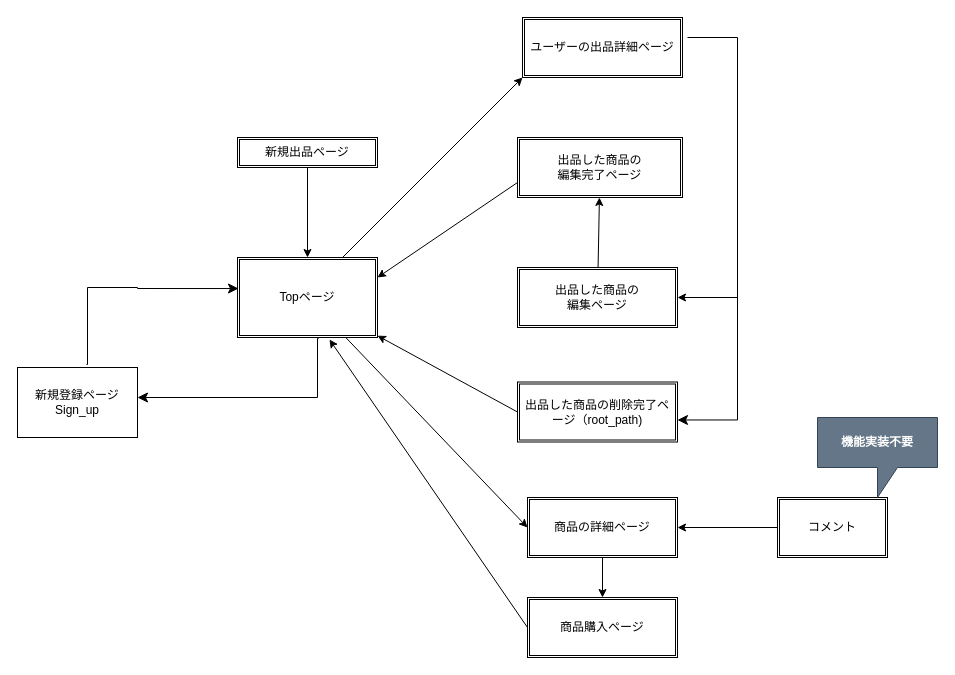
Earlier version of the draw.io diagram 画面遷移図.dio (HaNguyen32/furima-39623). Source tidied: cells renumbered, new cells numbered last; positions are measured from the earlier drawing's top-left corner, leaving out a move shared by most shapes. Both pictures are drawn from the tidied source at 100%, with x=0, y=0 at pixel (17, 17).
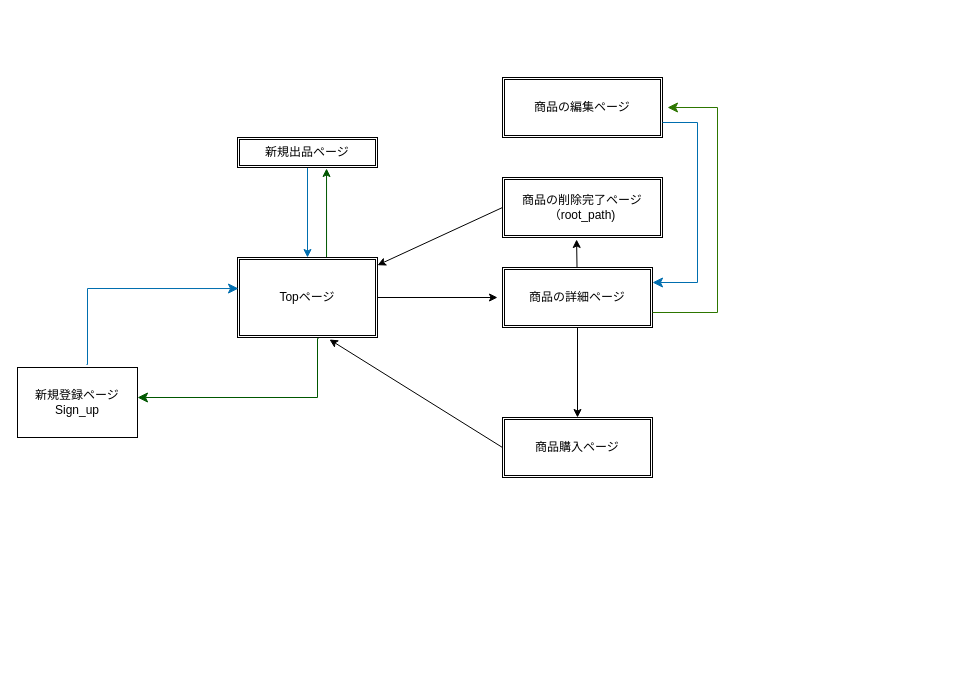
After the change.

The change refers to these unchanged cells:
```xml
<mxCell id="2" value="新規登録ページ&lt;br&gt;Sign_up" style="rounded=0;whiteSpace=wrap;html=1;" parent="1" vertex="1">
  <mxGeometry y="350" width="120" height="70" as="geometry" />
</mxCell>
<mxCell id="5" value="Topページ" style="shape=ext;double=1;rounded=0;whiteSpace=wrap;html=1;" parent="1" vertex="1">
  <mxGeometry x="220" y="240" width="140" height="80" as="geometry" />
</mxCell>
<mxCell id="15" value="新規出品ページ" style="shape=ext;double=1;rounded=0;whiteSpace=wrap;html=1;" parent="1" vertex="1">
  <mxGeometry x="220" y="120" width="140" height="30" as="geometry" />
</mxCell>
```

The edit, as a diff of the source:
```diff
@@
-    <mxCell id="3" style="edgeStyle=none;html=1;exitX=0.75;exitY=0;exitDx=0;exitDy=0;entryX=0;entryY=1;entryDx=0;entryDy=0;" parent="1" edge="1" source="5" target="6">
-      <mxGeometry relative="1" as="geometry" />
-    </mxCell>
-    <mxCell id="4" style="edgeStyle=none;html=1;entryX=0;entryY=0.5;entryDx=0;entryDy=0;" parent="1" edge="1" source="5" target="13">
-      <mxGeometry relative="1" as="geometry" />
+    <mxCell id="4" style="edgeStyle=none;html=1;" parent="1" edge="1" source="5">
+      <mxGeometry relative="1" as="geometry">
+        <mxPoint x="480" y="280" as="targetPoint" />
+      </mxGeometry>
     </mxCell>
+    <mxCell id="26" style="edgeStyle=none;html=1;entryX=0.636;entryY=1.033;entryDx=0;entryDy=0;entryPerimeter=0;exitX=0.636;exitY=0;exitDx=0;exitDy=0;exitPerimeter=0;fillColor=#008a00;strokeColor=#005700;" parent="1" edge="1" source="5" target="15">
+      <mxGeometry relative="1" as="geometry" />
+    </mxCell>
@@
-    <mxCell id="6" value="ユーザーの出品詳細ページ" style="shape=ext;double=1;rounded=0;whiteSpace=wrap;html=1;" parent="1" vertex="1">
-      <mxGeometry x="505" width="160" height="60" as="geometry" />
-    </mxCell>
-    <mxCell id="7" style="edgeStyle=none;html=1;" parent="1" edge="1" source="8" target="10">
-      <mxGeometry relative="1" as="geometry" />
-    </mxCell>
-    <mxCell id="8" value="出品した商品の&lt;br&gt;編集ページ" style="shape=ext;double=1;rounded=0;whiteSpace=wrap;html=1;" parent="1" vertex="1">
-      <mxGeometry x="500" y="250" width="160" height="60" as="geometry" />
+    <mxCell id="8" value="商品の編集ページ" style="shape=ext;double=1;rounded=0;whiteSpace=wrap;html=1;" parent="1" vertex="1">
+      <mxGeometry x="485" y="60" width="160" height="60" as="geometry" />
     </mxCell>
-    <mxCell id="9" style="edgeStyle=none;html=1;exitX=0;exitY=0.75;exitDx=0;exitDy=0;entryX=1;entryY=0.25;entryDx=0;entryDy=0;" parent="1" edge="1" source="10" target="5">
-      <mxGeometry relative="1" as="geometry" />
-    </mxCell>
-    <mxCell id="10" value="出品した商品の&lt;br&gt;編集完了ページ" style="shape=ext;double=1;rounded=0;whiteSpace=wrap;html=1;" parent="1" vertex="1">
-      <mxGeometry x="500" y="120" width="165" height="60" as="geometry" />
-    </mxCell>
@@
-    <mxCell id="12" value="出品した商品の削除完了ページ（root_path)" style="shape=ext;double=1;rounded=0;whiteSpace=wrap;html=1;" parent="1" vertex="1">
-      <mxGeometry x="500" y="364.5" width="160" height="60" as="geometry" />
+    <mxCell id="12" value="商品の削除完了ページ（root_path)" style="shape=ext;double=1;rounded=0;whiteSpace=wrap;html=1;" parent="1" vertex="1">
+      <mxGeometry x="485" y="160" width="160" height="60" as="geometry" />
     </mxCell>
+    <mxCell id="27" style="edgeStyle=none;html=1;entryX=0.463;entryY=1.033;entryDx=0;entryDy=0;entryPerimeter=0;" parent="1" edge="1" source="13" target="12">
+      <mxGeometry relative="1" as="geometry" />
+    </mxCell>
     <mxCell id="13" value="商品の詳細ページ" style="shape=ext;double=1;rounded=0;whiteSpace=wrap;html=1;" parent="1" vertex="1">
-      <mxGeometry x="510" y="480" width="150" height="60" as="geometry" />
+      <mxGeometry x="485" y="250" width="150" height="60" as="geometry" />
     </mxCell>
-    <mxCell id="14" style="edgeStyle=none;html=1;entryX=0.5;entryY=0;entryDx=0;entryDy=0;" parent="1" edge="1" source="15" target="5">
+    <mxCell id="14" style="edgeStyle=none;html=1;entryX=0.5;entryY=0;entryDx=0;entryDy=0;fillColor=#1ba1e2;strokeColor=#006EAF;" parent="1" edge="1" source="15" target="5">
       <mxGeometry relative="1" as="geometry" />
     </mxCell>
@@
-    <mxCell id="16" style="edgeStyle=elbowEdgeStyle;elbow=horizontal;endArrow=classic;html=1;curved=0;rounded=0;endSize=8;startSize=8;entryX=1;entryY=0.633;entryDx=0;entryDy=0;entryPerimeter=0;" parent="1" edge="1" target="12">
+    <mxCell id="16" style="edgeStyle=elbowEdgeStyle;elbow=horizontal;endArrow=classic;html=1;curved=0;rounded=0;endSize=8;startSize=8;exitX=1;exitY=0.75;exitDx=0;exitDy=0;fillColor=#60a917;strokeColor=#2D7600;" parent="1" edge="1" source="13">
       <mxGeometry relative="1" as="geometry">
-        <mxPoint x="670" y="20" as="sourcePoint" />
+        <mxPoint x="650" y="90" as="targetPoint" />
         <Array as="points">
+          <mxPoint x="700" y="100" />
+          <mxPoint x="690" y="90" />
+          <mxPoint x="710" y="120" />
+          <mxPoint x="720" y="190" />
           <mxPoint x="720" y="220" />
           <mxPoint x="700" y="60" />
           <mxPoint x="720" y="290" />
           <mxPoint x="720" y="300" />
         </Array>
       </mxGeometry>
     </mxCell>
-    <mxCell id="17" style="endArrow=classic;html=1;" parent="1" edge="1" target="8">
-      <mxGeometry relative="1" as="geometry">
-        <mxPoint x="720" y="280" as="sourcePoint" />
-      </mxGeometry>
-    </mxCell>
-    <mxCell id="18" style="edgeStyle=none;html=1;entryX=1;entryY=0.5;entryDx=0;entryDy=0;" parent="1" edge="1" source="19" target="13">
-      <mxGeometry relative="1" as="geometry" />
-    </mxCell>
-    <mxCell id="19" value="コメント" style="shape=ext;double=1;rounded=0;whiteSpace=wrap;html=1;" parent="1" vertex="1">
-      <mxGeometry x="760" y="480" width="110" height="60" as="geometry" />
-    </mxCell>
-    <mxCell id="20" style="edgeStyle=segmentEdgeStyle;endArrow=classic;html=1;curved=0;rounded=0;endSize=8;startSize=8;entryX=0.007;entryY=0.388;entryDx=0;entryDy=0;entryPerimeter=0;exitX=0.575;exitY=-0.043;exitDx=0;exitDy=0;exitPerimeter=0;" parent="1" edge="1" source="2" target="5">
+    <mxCell id="20" style="edgeStyle=segmentEdgeStyle;endArrow=classic;html=1;curved=0;rounded=0;endSize=8;startSize=8;entryX=0.007;entryY=0.388;entryDx=0;entryDy=0;entryPerimeter=0;exitX=0.575;exitY=-0.043;exitDx=0;exitDy=0;exitPerimeter=0;fillColor=#1ba1e2;strokeColor=#006EAF;" parent="1" edge="1" source="2" target="5">
       <mxGeometry relative="1" as="geometry">
         <Array as="points">
           <mxPoint x="70" y="347" />
-          <mxPoint x="70" y="270" />
-          <mxPoint x="120" y="270" />
-          <mxPoint x="120" y="271" />
+          <mxPoint x="70" y="271" />
         </Array>
       </mxGeometry>
     </mxCell>
-    <mxCell id="21" style="edgeStyle=segmentEdgeStyle;endArrow=classic;html=1;curved=0;rounded=0;endSize=8;startSize=8;exitX=0.579;exitY=1.013;exitDx=0;exitDy=0;exitPerimeter=0;" parent="1" edge="1" source="5">
+    <mxCell id="21" style="edgeStyle=segmentEdgeStyle;endArrow=classic;html=1;curved=0;rounded=0;endSize=8;startSize=8;exitX=0.579;exitY=1.013;exitDx=0;exitDy=0;exitPerimeter=0;fillColor=#008a00;strokeColor=#005700;" parent="1" edge="1" source="5">
       <mxGeometry relative="1" as="geometry">
         <mxPoint x="120" y="380" as="targetPoint" />
         <Array as="points">
           <mxPoint x="300" y="321" />
           <mxPoint x="300" y="380" />
           <mxPoint x="120" y="380" />
         </Array>
       </mxGeometry>
     </mxCell>
     <mxCell id="22" value="商品購入ページ" style="shape=ext;double=1;rounded=0;whiteSpace=wrap;html=1;" parent="1" vertex="1">
-      <mxGeometry x="510" y="580" width="150" height="60" as="geometry" />
+      <mxGeometry x="485" y="400" width="150" height="60" as="geometry" />
     </mxCell>
@@
-    <mxCell id="25" value="機能実装不要" style="shape=callout;whiteSpace=wrap;html=1;perimeter=calloutPerimeter;fillColor=#647687;strokeColor=#314354;fontStyle=1;fontColor=#ffffff;" parent="1" vertex="1">
-      <mxGeometry x="800" y="400" width="120" height="80" as="geometry" />
-    </mxCell>
+    <mxCell id="28" style="edgeStyle=elbowEdgeStyle;elbow=horizontal;endArrow=classic;html=1;curved=0;rounded=0;endSize=8;startSize=8;exitX=1;exitY=0.75;exitDx=0;exitDy=0;entryX=1;entryY=0.25;entryDx=0;entryDy=0;fillColor=#1ba1e2;strokeColor=#006EAF;" parent="1" edge="1" source="8" target="13">
+      <mxGeometry relative="1" as="geometry">
+        <Array as="points">
+          <mxPoint x="680" y="190" />
+        </Array>
+      </mxGeometry>
+    </mxCell>
```
